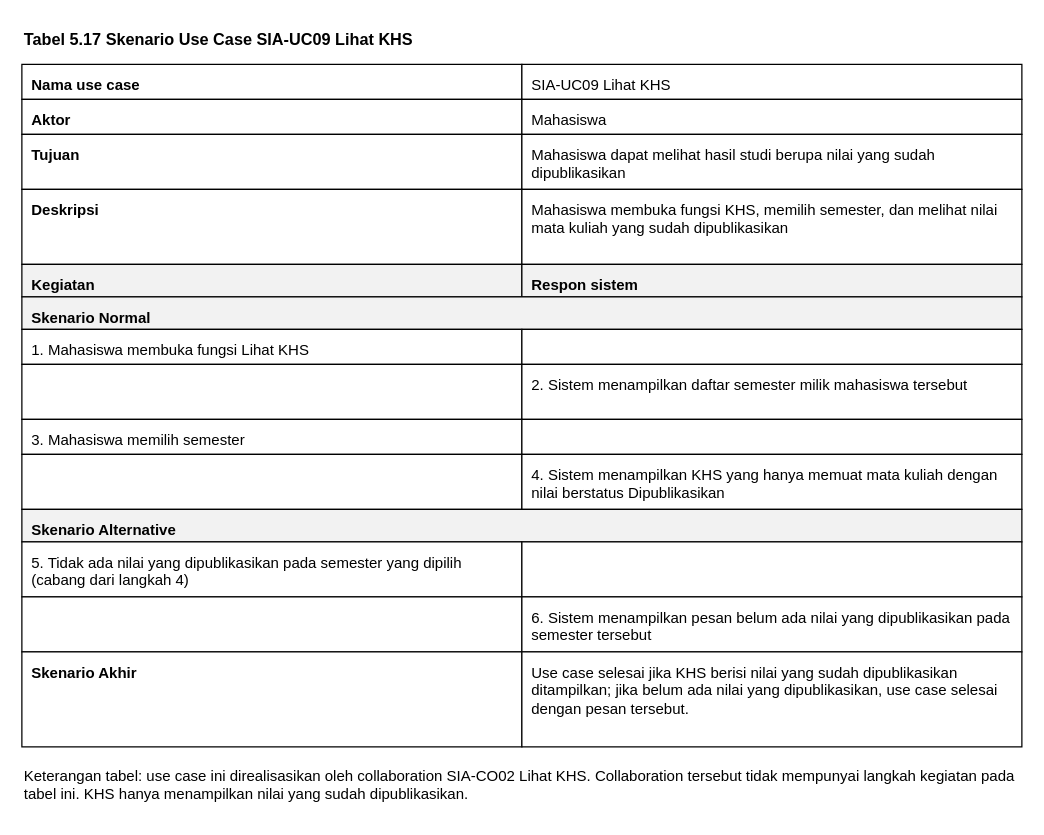
This is page "Tabel 5.17 SIA-UC09" (3 of 7) of 04_model_analisis/P05/SIA/P05_2406077_SIA_notasi_usecase_v01.drawio from 2406077-bit/IFRWP5149_2406077_LabAlat, a draw.io file, before an edit. Source tidied: cells renumbered, new cells numbered last; positions are measured from the earlier drawing's top-left corner, leaving out a move shared by most shapes. Both pictures are drawn from the tidied source at 125%, with x=0, y=0 at pixel (21, 21).
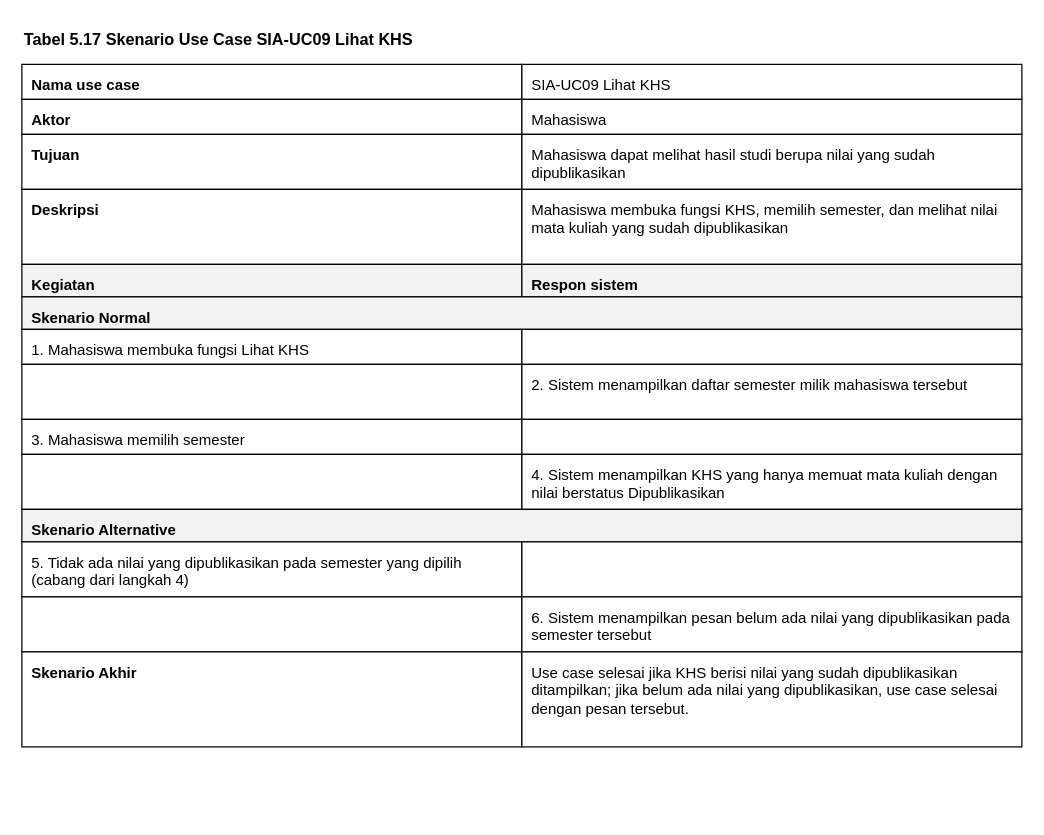
After the change.

Commit message (it also covers changes not shown here):
P05 SKENARIO USE CASE: DARI DIAGRAM KE LANGKAH KEGIATAN

What changed in the source:
```diff
@@
-    <mxCell id="29" value="Keterangan tabel: use case ini direalisasikan oleh collaboration SIA-CO02 Lihat KHS. Collaboration tersebut tidak mempunyai langkah kegiatan pada tabel ini. KHS hanya menampilkan nilai yang sudah dipublikasikan." style="text;html=1;align=left;verticalAlign=top;whiteSpace=wrap;fontSize=12;" parent="1" vertex="1">
-      <mxGeometry y="590" width="800" height="44" as="geometry" />
-    </mxCell>
```
